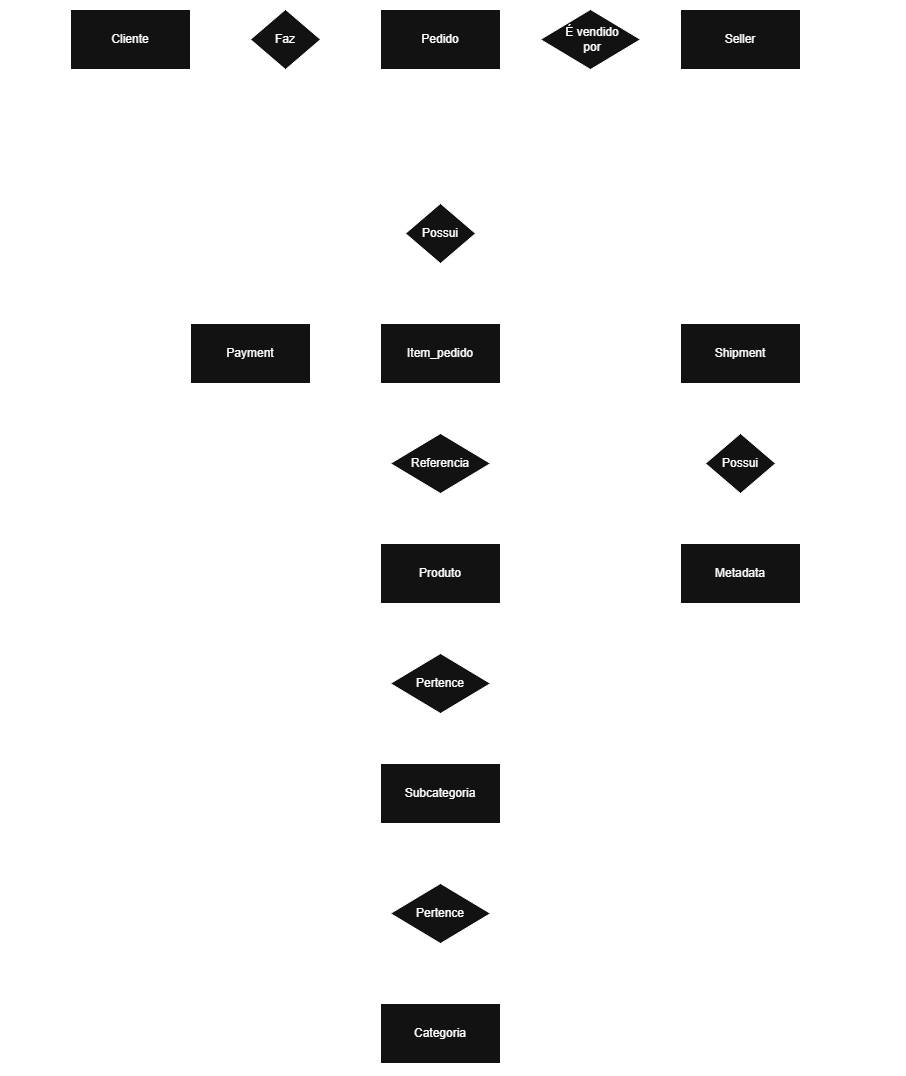
Before: database/dernuvemII.drawio.png, a diagram exported from draw.io (viivi02/Trabalho-1). Source tidied: cells renumbered, new cells last; positions are measured from the earlier drawing's top-left corner, leaving out a move shared by most shapes.
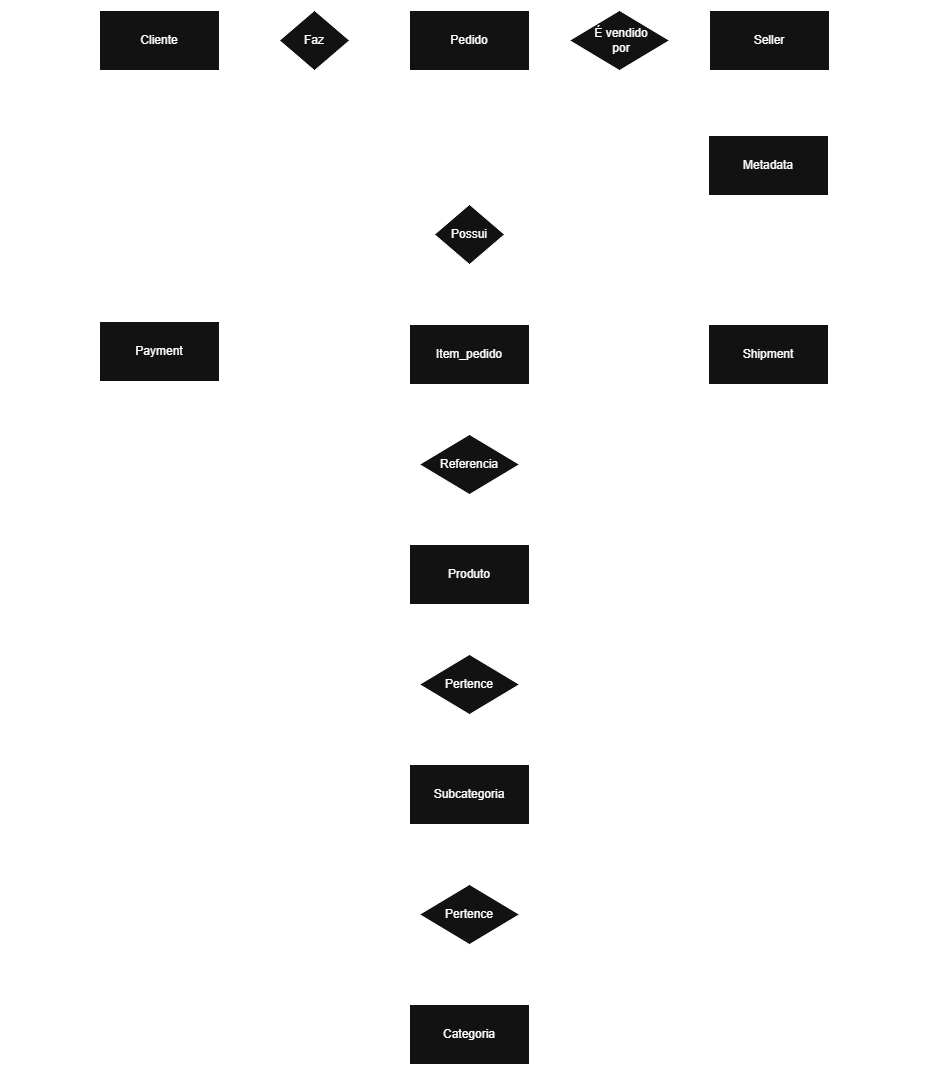
The same diagram one commit later.

Commit message:
Ajuste DER/Readme

Diff of the diagram source:
```diff
@@ -35,10 +35,10 @@
       </mxGeometry>
     </mxCell>
     <mxCell id="12" style="rounded=0;whiteSpace=wrap;html=1;" parent="1" vertex="1">
-      <mxGeometry x="190" y="324" width="120" height="60" as="geometry" />
+      <mxGeometry x="70" y="321" width="120" height="60" as="geometry" />
     </mxCell>
     <mxCell id="13" value="Payment" style="text;html=1;whiteSpace=wrap;strokeColor=none;fillColor=none;align=center;verticalAlign=middle;rounded=0;" parent="1" vertex="1">
-      <mxGeometry x="220" y="339" width="60" height="30" as="geometry" />
+      <mxGeometry x="100" y="336" width="60" height="30" as="geometry" />
     </mxCell>
     <mxCell id="14" style="rounded=0;whiteSpace=wrap;html=1;" parent="1" vertex="1">
       <mxGeometry x="380" y="324" width="120" height="60" as="geometry" />
@@ -59,16 +59,16 @@
       <mxGeometry x="410" y="559" width="60" height="30" as="geometry" />
     </mxCell>
     <mxCell id="20" style="rounded=0;whiteSpace=wrap;html=1;" parent="1" vertex="1">
-      <mxGeometry x="680" y="324" width="120" height="60" as="geometry" />
+      <mxGeometry x="679" y="324" width="120" height="60" as="geometry" />
     </mxCell>
     <mxCell id="21" value="Shipment" style="text;html=1;whiteSpace=wrap;strokeColor=none;fillColor=none;align=center;verticalAlign=middle;rounded=0;" parent="1" vertex="1">
-      <mxGeometry x="710" y="339" width="60" height="30" as="geometry" />
+      <mxGeometry x="709" y="339" width="60" height="30" as="geometry" />
     </mxCell>
     <mxCell id="22" style="rounded=0;whiteSpace=wrap;html=1;" parent="1" vertex="1">
-      <mxGeometry x="680" y="544" width="120" height="60" as="geometry" />
+      <mxGeometry x="679" y="135" width="120" height="60" as="geometry" />
     </mxCell>
     <mxCell id="23" value="Metadata" style="text;html=1;whiteSpace=wrap;strokeColor=none;fillColor=none;align=center;verticalAlign=middle;rounded=0;" parent="1" vertex="1">
-      <mxGeometry x="710" y="559" width="60" height="30" as="geometry" />
+      <mxGeometry x="709" y="150" width="60" height="30" as="geometry" />
     </mxCell>
     <mxCell id="24" style="rhombus;whiteSpace=wrap;html=1;" parent="1" vertex="1">
       <mxGeometry x="540" y="10" width="100" height="60" as="geometry" />
@@ -97,14 +97,14 @@
     <mxCell id="32" style="endArrow=none;html=1;rounded=0;exitX=0.5;exitY=0;exitDx=0;exitDy=0;entryX=0;entryY=0.5;entryDx=0;entryDy=0;" parent="1" edge="1" source="12" target="28">
       <mxGeometry relative="1" as="geometry">
         <Array as="points">
-          <mxPoint x="250" y="234" />
+          <mxPoint x="130" y="234" />
         </Array>
       </mxGeometry>
     </mxCell>
     <mxCell id="33" style="endArrow=none;html=1;rounded=0;exitX=0.5;exitY=0;exitDx=0;exitDy=0;entryX=1;entryY=0.5;entryDx=0;entryDy=0;" parent="1" edge="1" source="20" target="28">
       <mxGeometry relative="1" as="geometry">
         <Array as="points">
-          <mxPoint x="740" y="234" />
+          <mxPoint x="739" y="234" />
         </Array>
       </mxGeometry>
     </mxCell>
@@ -144,18 +144,13 @@
     <mxCell id="44" value="Pertence" style="text;html=1;whiteSpace=wrap;strokeColor=none;fillColor=none;align=center;verticalAlign=middle;rounded=0;" parent="1" vertex="1">
       <mxGeometry x="410" y="899" width="60" height="30" as="geometry" />
     </mxCell>
-    <mxCell id="45" style="rhombus;whiteSpace=wrap;html=1;" parent="1" vertex="1">
-      <mxGeometry x="705" y="434" width="70" height="60" as="geometry" />
-    </mxCell>
-    <mxCell id="46" value="Possui" style="text;html=1;whiteSpace=wrap;strokeColor=none;fillColor=none;align=center;verticalAlign=middle;rounded=0;" parent="1" vertex="1">
-      <mxGeometry x="710" y="449" width="60" height="30" as="geometry" />
-    </mxCell>
-    <mxCell id="47" style="endArrow=none;html=1;rounded=0;exitX=0.5;exitY=1;exitDx=0;exitDy=0;entryX=0.5;entryY=0;entryDx=0;entryDy=0;" parent="1" edge="1" source="45" target="22">
-      <mxGeometry relative="1" as="geometry" />
+    <mxCell id="47" style="endArrow=none;html=1;rounded=0;entryX=0.5;entryY=1;entryDx=0;entryDy=0;exitX=1;exitY=0.5;exitDx=0;exitDy=0;" parent="1" edge="1" source="28" target="22">
+      <mxGeometry relative="1" as="geometry">
+        <Array as="points">
+          <mxPoint x="739" y="234" />
+        </Array>
+      </mxGeometry>
     </mxCell>
-    <mxCell id="48" style="endArrow=none;html=1;rounded=0;entryX=0.5;entryY=0;entryDx=0;entryDy=0;exitX=0.5;exitY=1;exitDx=0;exitDy=0;" parent="1" edge="1" source="20" target="45">
-      <mxGeometry relative="1" as="geometry" />
-    </mxCell>
     <object id="49" label="(1,n)" name="Variable" placeholders="1">
       <mxCell style="text;html=1;strokeColor=none;fillColor=none;align=center;verticalAlign=middle;whiteSpace=wrap;overflow=hidden;" parent="1" vertex="1">
         <mxGeometry x="340" y="20" width="40" height="20" as="geometry" />
@@ -182,19 +177,19 @@
         <mxGeometry x="440" y="744" width="40" height="20" as="geometry" />
       </mxCell>
     </object>
-    <object id="54" label="(1,1)" name="Variable" placeholders="1">
+    <object id="54" label="(n,1)" name="Variable" placeholders="1">
       <mxCell style="text;html=1;strokeColor=none;fillColor=none;align=center;verticalAlign=middle;whiteSpace=wrap;overflow=hidden;" parent="1" vertex="1">
         <mxGeometry x="640" y="20" width="40" height="20" as="geometry" />
       </mxCell>
     </object>
     <object id="55" label="(1,1)" name="Variable" placeholders="1">
       <mxCell style="text;html=1;strokeColor=none;fillColor=none;align=center;verticalAlign=middle;whiteSpace=wrap;overflow=hidden;" parent="1" vertex="1">
-        <mxGeometry x="742.5" y="519" width="40" height="20" as="geometry" />
+        <mxGeometry x="736" y="195" width="40" height="20" as="geometry" />
       </mxCell>
     </object>
     <object id="56" label="(1,1)" name="Variable" placeholders="1">
       <mxCell style="text;html=1;strokeColor=none;fillColor=none;align=center;verticalAlign=middle;whiteSpace=wrap;overflow=hidden;" parent="1" vertex="1">
-        <mxGeometry x="735" y="304" width="40" height="20" as="geometry" />
+        <mxGeometry x="735" y="304" width="40" height="26" as="geometry" />
       </mxCell>
     </object>
     <mxCell id="57" style="endArrow=none;html=1;rounded=0;exitX=0.5;exitY=0;exitDx=0;exitDy=0;entryX=0.5;entryY=1;entryDx=0;entryDy=0;" parent="1" edge="1" source="36" target="18">
@@ -206,21 +201,21 @@
     <mxCell id="59" style="endArrow=none;html=1;rounded=0;exitX=0.5;exitY=0;exitDx=0;exitDy=0;entryX=0.5;entryY=1;entryDx=0;entryDy=0;" parent="1" edge="1" source="34" target="14">
       <mxGeometry relative="1" as="geometry" />
     </mxCell>
-    <object id="60" label="(1,n)" name="Variable" placeholders="1">
+    <object id="60" label="(n,1)" name="Variable" placeholders="1">
       <mxCell style="text;html=1;strokeColor=none;fillColor=none;align=center;verticalAlign=middle;whiteSpace=wrap;overflow=hidden;" parent="1" vertex="1">
         <mxGeometry x="440" y="524" width="40" height="20" as="geometry" />
       </mxCell>
     </object>
     <object id="61" label="(1,1)" name="Variable" placeholders="1">
       <mxCell style="text;html=1;strokeColor=none;fillColor=none;align=center;verticalAlign=middle;whiteSpace=wrap;overflow=hidden;" parent="1" vertex="1">
-        <mxGeometry x="250" y="304" width="40" height="20" as="geometry" />
+        <mxGeometry x="130" y="301" width="40" height="20" as="geometry" />
       </mxCell>
     </object>
     <mxCell id="62" value="&lt;ul&gt;&lt;li&gt;id (PK)&lt;/li&gt;&lt;li&gt;name&lt;/li&gt;&lt;li&gt;email&lt;/li&gt;&lt;li&gt;document&lt;/li&gt;&lt;/ul&gt;" style="text;html=1;whiteSpace=wrap;verticalAlign=middle;overflow=hidden;perimeterSpacing=0;strokeWidth=1;strokeColor=none;align=right;labelPosition=center;verticalLabelPosition=middle;textDirection=rtl;" parent="1" vertex="1">
       <mxGeometry width="100" height="80" as="geometry" />
     </mxCell>
     <mxCell id="63" value="&lt;ul&gt;&lt;li&gt;id (PK)&lt;/li&gt;&lt;li&gt;pedido_id (FK)&lt;/li&gt;&lt;li&gt;method&lt;/li&gt;&lt;li&gt;status&lt;/li&gt;&lt;li&gt;transaction_id&lt;/li&gt;&lt;/ul&gt;" style="text;html=1;whiteSpace=wrap;verticalAlign=middle;overflow=hidden;perimeterSpacing=0;strokeWidth=1;strokeColor=none;align=right;labelPosition=center;verticalLabelPosition=middle;textDirection=rtl;" parent="1" vertex="1">
-      <mxGeometry x="90" y="314" width="130" height="96" as="geometry" />
+      <mxGeometry x="-30" y="311" width="130" height="96" as="geometry" />
     </mxCell>
     <mxCell id="64" value="&lt;ul&gt;&lt;li&gt;id (PK)&lt;/li&gt;&lt;li&gt;name&lt;/li&gt;&lt;li&gt;category_id (FK)&lt;/li&gt;&lt;li&gt;subcategory_id (FK)&lt;/li&gt;&lt;/ul&gt;" style="text;html=1;whiteSpace=wrap;verticalAlign=middle;overflow=hidden;perimeterSpacing=0;strokeWidth=1;strokeColor=none;align=right;labelPosition=center;verticalLabelPosition=middle;textDirection=rtl;" parent="1" vertex="1">
       <mxGeometry x="250" y="534" width="155" height="86" as="geometry" />
@@ -241,10 +236,10 @@
       <mxGeometry x="480" y="314" width="140" height="96" as="geometry" />
     </mxCell>
     <mxCell id="70" value="&lt;ul&gt;&lt;li&gt;id (PK)&lt;/li&gt;&lt;li&gt;pedido_id (FK)&lt;/li&gt;&lt;li&gt;carrier&lt;/li&gt;&lt;li&gt;service&lt;/li&gt;&lt;li&gt;status&lt;/li&gt;&lt;li&gt;tracking_code&lt;/li&gt;&lt;/ul&gt;" style="text;strokeColor=none;fillColor=none;html=1;whiteSpace=wrap;verticalAlign=middle;overflow=hidden;" parent="1" vertex="1">
-      <mxGeometry x="776" y="314" width="130" height="108" as="geometry" />
+      <mxGeometry x="775" y="314" width="130" height="108" as="geometry" />
     </mxCell>
     <mxCell id="71" value="&lt;ul&gt;&lt;li&gt;id (PK)&lt;/li&gt;&lt;li&gt;pedido_id (FK)&lt;/li&gt;&lt;li&gt;source&lt;/li&gt;&lt;li&gt;user_agent&lt;/li&gt;&lt;li&gt;ip_address&amp;nbsp;&lt;/li&gt;&lt;br&gt;&lt;/ul&gt;" style="text;strokeColor=none;fillColor=none;html=1;whiteSpace=wrap;verticalAlign=middle;overflow=hidden;" parent="1" vertex="1">
-      <mxGeometry x="776" y="534" width="130" height="90" as="geometry" />
+      <mxGeometry x="775" y="125" width="130" height="90" as="geometry" />
     </mxCell>
   </root>
 </mxGraphModel>
```
